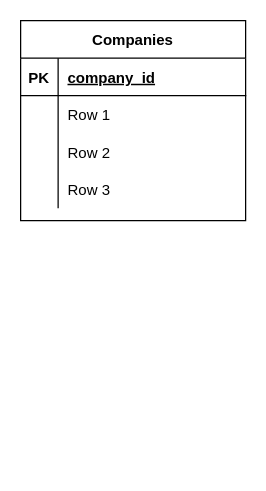
Earlier version of the draw.io diagram page "companies" (3 of 10) of Untitled Diagram.drawio (stamppls/crm-design). Source tidied: cells renumbered, new cells numbered last; positions are measured from the earlier drawing's top-left corner, leaving out a move shared by most shapes. Both pictures are drawn from the tidied source at 125%, with x=0, y=0 at pixel (20, 20).
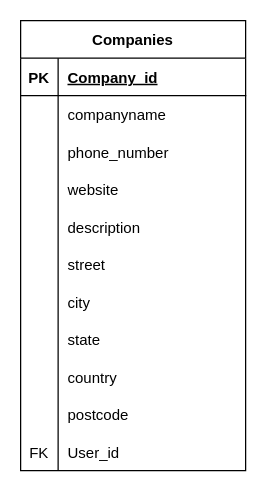
The same page after the edit.

Unchanged cells that the change refers to:
```xml
<mxCell id="3" style="shape=partialRectangle;fillColor=none;top=0;left=0;bottom=1;right=0;" parent="2" vertex="1">
  <mxGeometry y="30" width="180" height="30" as="geometry" />
</mxCell>
<mxCell id="6" style="shape=partialRectangle;fillColor=none;top=0;left=0;bottom=0;right=0;" parent="2" vertex="1">
  <mxGeometry y="60" width="180" height="30" as="geometry" />
</mxCell>
<mxCell id="9" style="shape=partialRectangle;fillColor=none;top=0;left=0;bottom=0;right=0;" parent="2" vertex="1">
  <mxGeometry y="90" width="180" height="30" as="geometry" />
</mxCell>
<mxCell id="12" style="shape=partialRectangle;fillColor=none;top=0;left=0;bottom=0;right=0;" parent="2" vertex="1">
  <mxGeometry y="120" width="180" height="30" as="geometry" />
</mxCell>
```

Change to the diagram source:
```diff
@@
     <mxCell id="2" value="Companies" style="shape=table;startSize=30;childLayout=tableLayout;rowLines=0;fontStyle=1;align=center;" parent="1" vertex="1">
-      <mxGeometry width="180" height="160" as="geometry" />
+      <mxGeometry width="180" height="360" as="geometry" />
     </mxCell>
@@
-    <mxCell id="5" value="company_id" style="shape=partialRectangle;fillColor=none;top=0;left=0;bottom=0;right=0;align=left;spacingLeft=6;fontStyle=5;overflow=hidden;" parent="3" vertex="1">
-      <mxGeometry x="30" width="150" height="30" as="geometry" />
-    </mxCell>
+    <mxCell id="15" value="Company_id" style="shape=partialRectangle;fillColor=none;top=0;left=0;bottom=0;right=0;align=left;spacingLeft=6;fontStyle=5;overflow=hidden;" parent="3" vertex="1">
+      <mxGeometry x="30" width="150" height="30" as="geometry" />
+    </mxCell>
@@
-    <mxCell id="7" style="shape=partialRectangle;fillColor=none;top=0;left=0;bottom=0;right=0;overflow=hidden;" parent="6" vertex="1">
-      <mxGeometry width="30" height="30" as="geometry" />
-    </mxCell>
-    <mxCell id="8" value="Row 1" style="shape=partialRectangle;fillColor=none;top=0;left=0;bottom=0;right=0;align=left;spacingLeft=6;overflow=hidden;" parent="6" vertex="1">
-      <mxGeometry x="30" width="150" height="30" as="geometry" />
-    </mxCell>
+    <mxCell id="16" style="shape=partialRectangle;fillColor=none;top=0;left=0;bottom=0;right=0;overflow=hidden;" parent="6" vertex="1">
+      <mxGeometry width="30" height="30" as="geometry" />
+    </mxCell>
+    <mxCell id="17" value="companyname" style="shape=partialRectangle;fillColor=none;top=0;left=0;bottom=0;right=0;align=left;spacingLeft=6;overflow=hidden;" parent="6" vertex="1">
+      <mxGeometry x="30" width="150" height="30" as="geometry" />
+    </mxCell>
@@
-    <mxCell id="10" style="shape=partialRectangle;fillColor=none;top=0;left=0;bottom=0;right=0;overflow=hidden;" parent="9" vertex="1">
-      <mxGeometry width="30" height="30" as="geometry" />
-    </mxCell>
-    <mxCell id="11" value="Row 2" style="shape=partialRectangle;fillColor=none;top=0;left=0;bottom=0;right=0;align=left;spacingLeft=6;overflow=hidden;" parent="9" vertex="1">
-      <mxGeometry x="30" width="150" height="30" as="geometry" />
-    </mxCell>
+    <mxCell id="18" style="shape=partialRectangle;fillColor=none;top=0;left=0;bottom=0;right=0;overflow=hidden;" parent="9" vertex="1">
+      <mxGeometry width="30" height="30" as="geometry" />
+    </mxCell>
+    <mxCell id="19" value="phone_number" style="shape=partialRectangle;fillColor=none;top=0;left=0;bottom=0;right=0;align=left;spacingLeft=6;overflow=hidden;" parent="9" vertex="1">
+      <mxGeometry x="30" width="150" height="30" as="geometry" />
+    </mxCell>
@@
-    <mxCell id="13" style="shape=partialRectangle;fillColor=none;top=0;left=0;bottom=0;right=0;overflow=hidden;" parent="12" vertex="1">
-      <mxGeometry width="30" height="30" as="geometry" />
-    </mxCell>
-    <mxCell id="14" value="Row 3" style="shape=partialRectangle;fillColor=none;top=0;left=0;bottom=0;right=0;align=left;spacingLeft=6;overflow=hidden;" parent="12" vertex="1">
-      <mxGeometry x="30" width="150" height="30" as="geometry" />
-    </mxCell>
+    <mxCell id="20" style="shape=partialRectangle;fillColor=none;top=0;left=0;bottom=0;right=0;overflow=hidden;" parent="12" vertex="1">
+      <mxGeometry width="30" height="30" as="geometry" />
+    </mxCell>
+    <mxCell id="21" value="website" style="shape=partialRectangle;fillColor=none;top=0;left=0;bottom=0;right=0;align=left;spacingLeft=6;overflow=hidden;" parent="12" vertex="1">
+      <mxGeometry x="30" width="150" height="30" as="geometry" />
+    </mxCell>
+    <mxCell id="22" style="shape=partialRectangle;fillColor=none;top=0;left=0;bottom=0;right=0;" parent="2" vertex="1">
+      <mxGeometry y="150" width="180" height="30" as="geometry" />
+    </mxCell>
+    <mxCell id="23" style="shape=partialRectangle;fillColor=none;top=0;left=0;bottom=0;right=0;overflow=hidden;" parent="22" vertex="1">
+      <mxGeometry width="30" height="30" as="geometry" />
+    </mxCell>
+    <mxCell id="24" value="description" style="shape=partialRectangle;fillColor=none;top=0;left=0;bottom=0;right=0;align=left;spacingLeft=6;overflow=hidden;" parent="22" vertex="1">
+      <mxGeometry x="30" width="150" height="30" as="geometry" />
+    </mxCell>
+    <mxCell id="25" style="shape=partialRectangle;fillColor=none;top=0;left=0;bottom=0;right=0;" parent="2" vertex="1">
+      <mxGeometry y="180" width="180" height="30" as="geometry" />
+    </mxCell>
+    <mxCell id="26" style="shape=partialRectangle;fillColor=none;top=0;left=0;bottom=0;right=0;overflow=hidden;" parent="25" vertex="1">
+      <mxGeometry width="30" height="30" as="geometry" />
+    </mxCell>
+    <mxCell id="27" value="street" style="shape=partialRectangle;fillColor=none;top=0;left=0;bottom=0;right=0;align=left;spacingLeft=6;overflow=hidden;" parent="25" vertex="1">
+      <mxGeometry x="30" width="150" height="30" as="geometry" />
+    </mxCell>
+    <mxCell id="28" style="shape=partialRectangle;fillColor=none;top=0;left=0;bottom=0;right=0;" parent="2" vertex="1">
+      <mxGeometry y="210" width="180" height="30" as="geometry" />
+    </mxCell>
+    <mxCell id="29" style="shape=partialRectangle;fillColor=none;top=0;left=0;bottom=0;right=0;overflow=hidden;" parent="28" vertex="1">
+      <mxGeometry width="30" height="30" as="geometry" />
+    </mxCell>
+    <mxCell id="30" value="city" style="shape=partialRectangle;fillColor=none;top=0;left=0;bottom=0;right=0;align=left;spacingLeft=6;overflow=hidden;" parent="28" vertex="1">
+      <mxGeometry x="30" width="150" height="30" as="geometry" />
+    </mxCell>
+    <mxCell id="31" style="shape=partialRectangle;fillColor=none;top=0;left=0;bottom=0;right=0;" parent="2" vertex="1">
+      <mxGeometry y="240" width="180" height="30" as="geometry" />
+    </mxCell>
+    <mxCell id="32" style="shape=partialRectangle;fillColor=none;top=0;left=0;bottom=0;right=0;overflow=hidden;" parent="31" vertex="1">
+      <mxGeometry width="30" height="30" as="geometry" />
+    </mxCell>
+    <mxCell id="33" value="state" style="shape=partialRectangle;fillColor=none;top=0;left=0;bottom=0;right=0;align=left;spacingLeft=6;overflow=hidden;" parent="31" vertex="1">
+      <mxGeometry x="30" width="150" height="30" as="geometry" />
+    </mxCell>
+    <mxCell id="34" style="shape=partialRectangle;fillColor=none;top=0;left=0;bottom=0;right=0;" parent="2" vertex="1">
+      <mxGeometry y="270" width="180" height="30" as="geometry" />
+    </mxCell>
+    <mxCell id="35" style="shape=partialRectangle;fillColor=none;top=0;left=0;bottom=0;right=0;overflow=hidden;" parent="34" vertex="1">
+      <mxGeometry width="30" height="30" as="geometry" />
+    </mxCell>
+    <mxCell id="36" value="country" style="shape=partialRectangle;fillColor=none;top=0;left=0;bottom=0;right=0;align=left;spacingLeft=6;overflow=hidden;" parent="34" vertex="1">
+      <mxGeometry x="30" width="150" height="30" as="geometry" />
+    </mxCell>
+    <mxCell id="37" style="shape=partialRectangle;fillColor=none;top=0;left=0;bottom=0;right=0;" parent="2" vertex="1">
+      <mxGeometry y="300" width="180" height="30" as="geometry" />
+    </mxCell>
+    <mxCell id="38" style="shape=partialRectangle;fillColor=none;top=0;left=0;bottom=0;right=0;overflow=hidden;" parent="37" vertex="1">
+      <mxGeometry width="30" height="30" as="geometry" />
+    </mxCell>
+    <mxCell id="39" value="postcode" style="shape=partialRectangle;fillColor=none;top=0;left=0;bottom=0;right=0;align=left;spacingLeft=6;overflow=hidden;" parent="37" vertex="1">
+      <mxGeometry x="30" width="150" height="30" as="geometry" />
+    </mxCell>
+    <mxCell id="40" style="shape=partialRectangle;fillColor=none;top=0;left=0;bottom=0;right=0;" parent="2" vertex="1">
+      <mxGeometry y="330" width="180" height="30" as="geometry" />
+    </mxCell>
+    <mxCell id="41" value="FK" style="shape=partialRectangle;fillColor=none;top=0;left=0;bottom=0;right=0;fontStyle=0;overflow=hidden;" parent="40" vertex="1">
+      <mxGeometry width="30" height="30" as="geometry" />
+    </mxCell>
+    <mxCell id="42" value="User_id" style="shape=partialRectangle;fillColor=none;top=0;left=0;bottom=0;right=0;align=left;spacingLeft=6;fontStyle=0;overflow=hidden;" parent="40" vertex="1">
+      <mxGeometry x="30" width="150" height="30" as="geometry" />
+    </mxCell>
```
